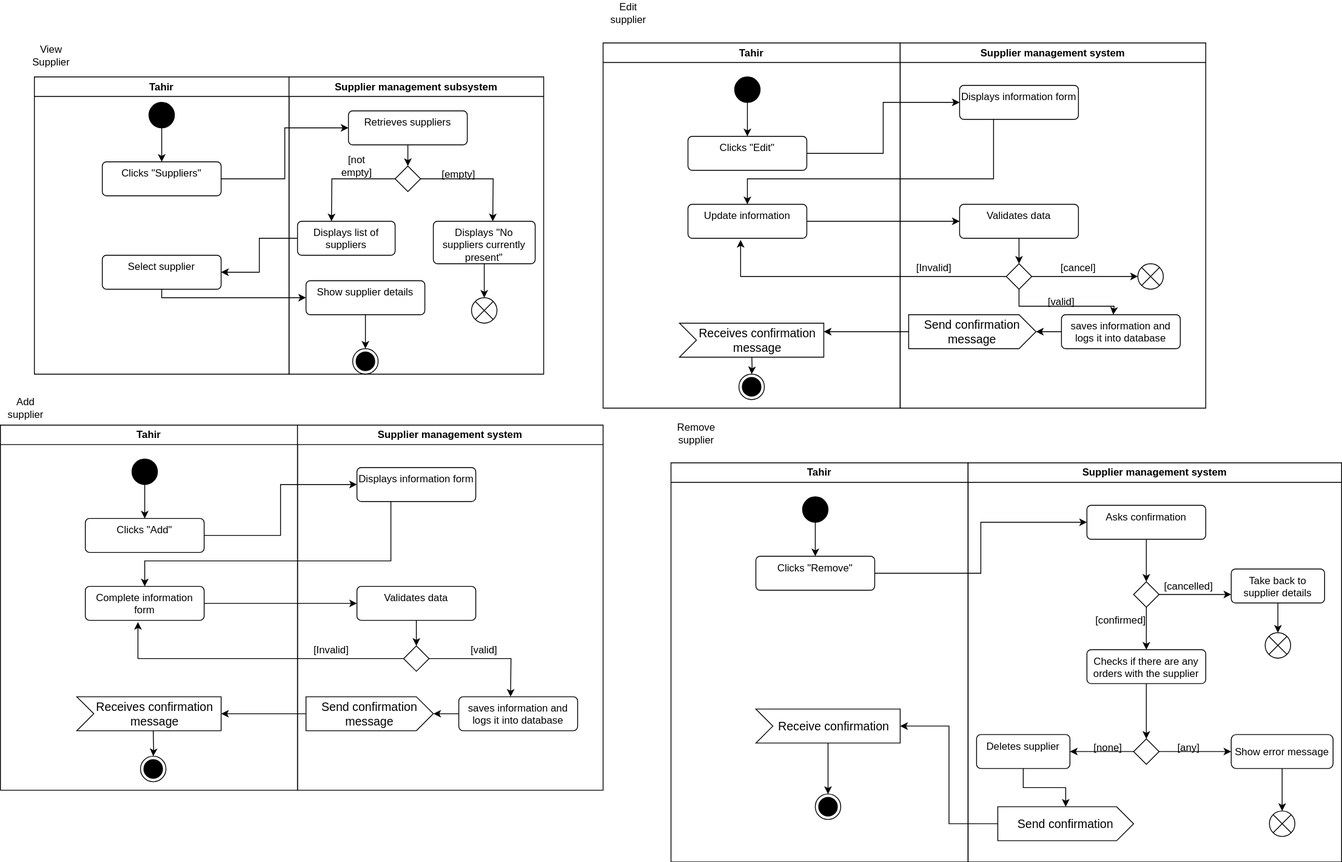
Earlier version of the draw.io export supplier_act.svg (Simamkele88/IFM3_GP). Source tidied: cells renumbered, new cells last; positions are measured from the earlier drawing's top-left corner, leaving out a move shared by most shapes.
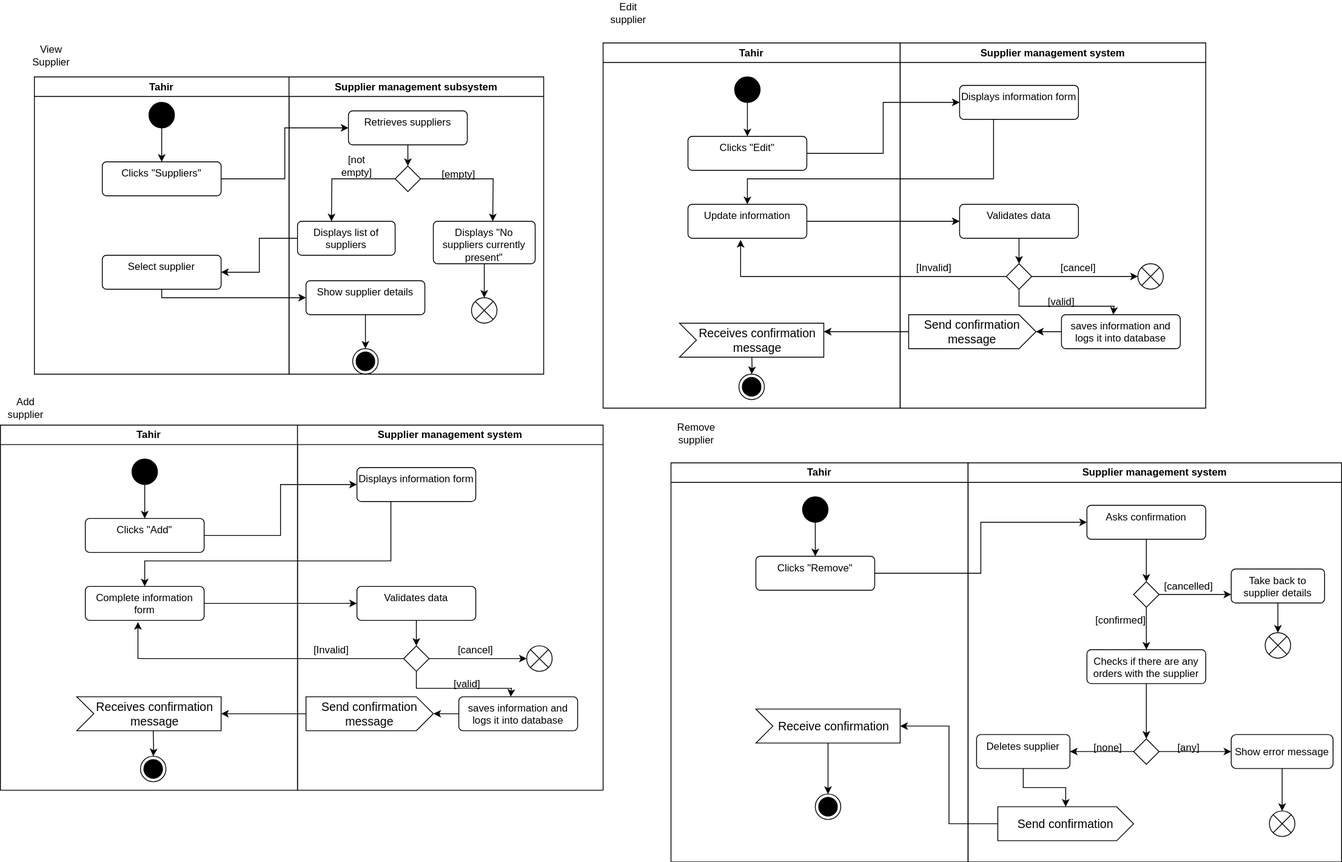
The same file after the commit.

Diff of the diagram source:
```diff
@@ -224,6 +224,9 @@
     <mxCell id="66" value="Validates data" style="html=1;align=center;verticalAlign=top;rounded=1;absoluteArcSize=1;arcSize=10;dashed=0;whiteSpace=wrap;" parent="63" vertex="1">
       <mxGeometry x="70" y="190" width="140" height="40" as="geometry" />
     </mxCell>
+    <mxCell id="116" style="edgeStyle=orthogonalEdgeStyle;rounded=0;jettySize=auto;html=1;" parent="63" edge="1" source="67" target="117">
+      <mxGeometry relative="1" as="geometry" />
+    </mxCell>
     <mxCell id="67" style="rhombus;" parent="63" vertex="1">
       <mxGeometry x="125" y="260" width="30" height="30" as="geometry" />
     </mxCell>
@@ -236,17 +239,27 @@
     <mxCell id="70" value="saves information and logs it into database" style="html=1;align=center;verticalAlign=top;rounded=1;absoluteArcSize=1;arcSize=10;dashed=0;whiteSpace=wrap;" parent="63" vertex="1">
       <mxGeometry x="190" y="320" width="140" height="40" as="geometry" />
     </mxCell>
-    <mxCell id="71" style="edgeStyle=orthogonalEdgeStyle;rounded=0;jettySize=auto;html=1;" parent="63" edge="1" source="67">
+    <mxCell id="71" style="edgeStyle=orthogonalEdgeStyle;rounded=0;jettySize=auto;html=1;exitX=0.5;exitY=1;exitDx=0;exitDy=0;" parent="63" edge="1" source="67">
       <mxGeometry relative="1" as="geometry">
         <mxPoint x="251" y="320" as="targetPoint" />
+        <Array as="points">
+          <mxPoint x="140" y="310" />
+          <mxPoint x="252" y="310" />
+        </Array>
       </mxGeometry>
     </mxCell>
     <mxCell id="72" value="[valid]" style="text;html=1;align=center;verticalAlign=middle;whiteSpace=wrap;rounded=0;" parent="63" vertex="1">
-      <mxGeometry x="190" y="250" width="60" height="30" as="geometry" />
+      <mxGeometry x="170" y="290" width="60" height="30" as="geometry" />
     </mxCell>
     <mxCell id="73" value="Send confirmation message" style="html=1;shape=mxgraph.infographic.ribbonSimple;notch1=0;notch2=20;align=center;verticalAlign=middle;fontSize=14;fontStyle=0;fillColor=#FFFFFF;whiteSpace=wrap;" parent="63" vertex="1">
       <mxGeometry x="10" y="320" width="150" height="40" as="geometry" />
     </mxCell>
+    <mxCell id="117" style="shape=sumEllipse;perimeter=ellipsePerimeter;html=1;backgroundOutline=1;" parent="63" vertex="1">
+      <mxGeometry x="270" y="260" width="30" height="30" as="geometry" />
+    </mxCell>
+    <mxCell id="118" value="[cancel]" style="text;html=1;align=center;verticalAlign=middle;whiteSpace=wrap;rounded=0;" parent="63" vertex="1">
+      <mxGeometry x="180" y="250" width="60" height="30" as="geometry" />
+    </mxCell>
     <mxCell id="74" style="edgeStyle=orthogonalEdgeStyle;rounded=0;jettySize=auto;html=1;entryX=0;entryY=0.5;entryDx=0;entryDy=0;" parent="1" edge="1" source="58" target="64">
       <mxGeometry relative="1" as="geometry" />
     </mxCell>
```
